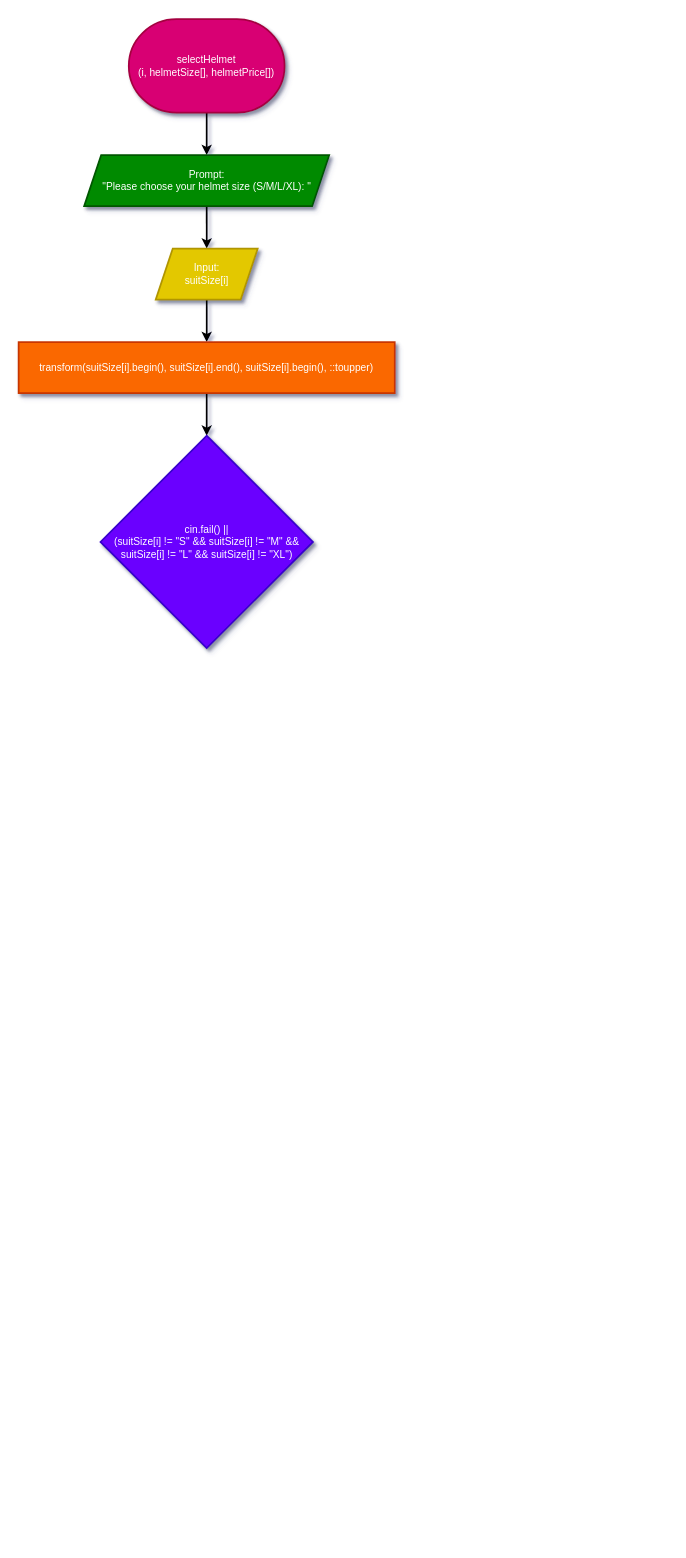
Before: Flowcharts (draw.io)/selectHelmet.drawio in shahxvi/csc126-group-project, a draw.io diagram. Source tidied: cells renumbered, new cells numbered last; positions are measured from the earlier drawing's top-left corner, leaving out a move shared by most shapes. Both pictures are drawn from the tidied source at 85%, with x=0, y=0 at pixel (18, 19).
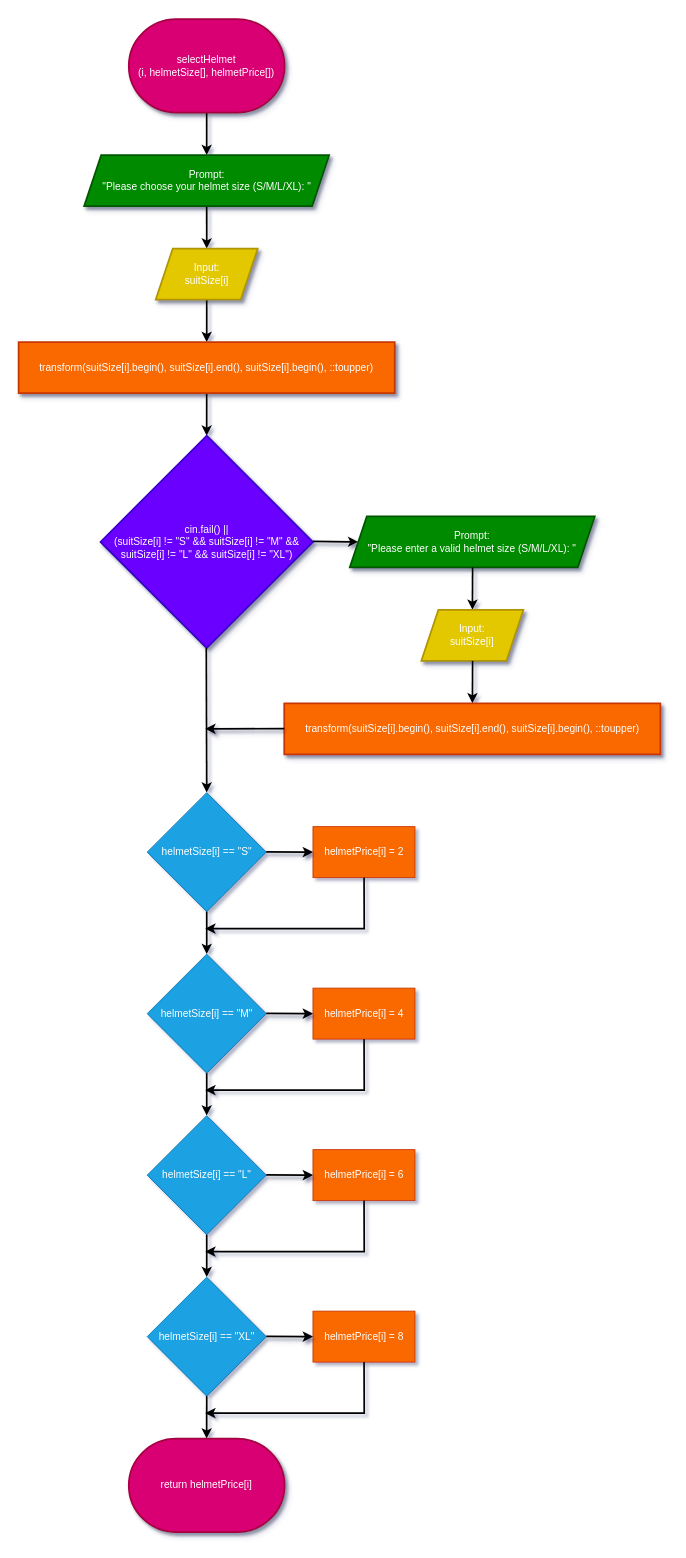
The same diagram, later.

Change to the diagram source:
```diff
@@
+    <mxCell id="11" style="edgeStyle=none;html=1;strokeWidth=2;shadow=1;entryX=0;entryY=0.5;entryDx=0;entryDy=0;" parent="1" edge="1" target="12">
+      <mxGeometry relative="1" as="geometry">
+        <mxPoint x="346.7" y="614.5" as="sourcePoint" />
+      </mxGeometry>
+    </mxCell>
+    <mxCell id="12" value="&lt;span style=&quot;color: rgb(255, 255, 255);&quot;&gt;Prompt:&lt;/span&gt;&lt;br&gt;&lt;span style=&quot;color: rgb(255, 255, 255);&quot;&gt;&quot;Please enter a valid helmet size (S/M/L/XL): &quot;&lt;/span&gt;" style="shape=parallelogram;perimeter=parallelogramPerimeter;whiteSpace=wrap;html=1;fixedSize=1;fillColor=#008a00;strokeColor=#005700;fontColor=#ffffff;strokeWidth=2;shadow=1;" parent="1" vertex="1">
+      <mxGeometry x="390" y="585" width="288.3" height="60" as="geometry" />
+    </mxCell>
+    <mxCell id="13" style="edgeStyle=none;html=1;strokeWidth=2;" parent="1" edge="1" target="14">
+      <mxGeometry relative="1" as="geometry">
+        <mxPoint x="534.5" y="645" as="sourcePoint" />
+      </mxGeometry>
+    </mxCell>
+    <mxCell id="14" value="Input:&lt;br&gt;suitSize[i]" style="shape=parallelogram;perimeter=parallelogramPerimeter;whiteSpace=wrap;html=1;fixedSize=1;fillColor=#e3c800;strokeColor=#B09500;fontColor=#FFFFFF;strokeWidth=2;shadow=1;labelBackgroundColor=none;labelBorderColor=none;textShadow=0;" parent="1" vertex="1">
+      <mxGeometry x="474.2" y="695" width="120" height="60" as="geometry" />
+    </mxCell>
+    <mxCell id="15" style="edgeStyle=none;html=1;strokeWidth=2;" parent="1" edge="1" target="16">
+      <mxGeometry relative="1" as="geometry">
+        <mxPoint x="534.5" y="755" as="sourcePoint" />
+      </mxGeometry>
+    </mxCell>
+    <mxCell id="16" value="&lt;div style=&quot;text-align: start;&quot;&gt;&lt;font style=&quot;color: rgb(255, 255, 255);&quot;&gt;&lt;font style=&quot;&quot; face=&quot;monospace&quot;&gt;&lt;span style=&quot;font-size: 0px; white-space-collapse: collapse;&quot;&gt;&lt;span style=&quot;white-space: pre;&quot;&gt;&#9;&lt;/span&gt;std::transform(suitSize[i].begin(), suitSize[i].end(), suitSize[i].begin(), ::toupper)&lt;/span&gt;&lt;/font&gt;transform(suitSize[i].begin(), suitSize[i].end(), suitSize[i].begin(), ::toupper)&lt;/font&gt;&lt;/div&gt;" style="whiteSpace=wrap;html=1;fillColor=#fa6800;strokeColor=#C73500;fontColor=#000000;strokeWidth=2;shadow=1;labelBackgroundColor=none;labelBorderColor=none;" parent="1" vertex="1">
+      <mxGeometry x="312.9" y="805" width="442.5" height="60" as="geometry" />
+    </mxCell>
+    <mxCell id="17" style="edgeStyle=none;html=1;strokeWidth=2;entryX=0.5;entryY=0;entryDx=0;entryDy=0;" parent="1" edge="1" target="18">
+      <mxGeometry relative="1" as="geometry">
+        <mxPoint x="221.2" y="740" as="sourcePoint" />
+      </mxGeometry>
+    </mxCell>
+    <mxCell id="18" value="helmetSize[i] == &quot;S&quot;" style="rhombus;whiteSpace=wrap;html=1;fillColor=#1ba1e2;fontColor=#ffffff;strokeColor=#006EAF;" parent="1" vertex="1">
+      <mxGeometry x="151.7" y="910" width="140" height="140" as="geometry" />
+    </mxCell>
+    <mxCell id="19" style="edgeStyle=none;html=1;strokeWidth=2;shadow=1;" parent="1" edge="1">
+      <mxGeometry relative="1" as="geometry">
+        <mxPoint x="312.9" y="834.7" as="sourcePoint" />
+        <mxPoint x="220" y="835" as="targetPoint" />
+      </mxGeometry>
+    </mxCell>
+    <mxCell id="20" value="helmetPrice[i] = 2" style="whiteSpace=wrap;html=1;fillColor=#fa6800;strokeColor=#C73500;fontColor=#FFFFFF;" parent="1" vertex="1">
+      <mxGeometry x="346.7" y="950" width="120" height="60" as="geometry" />
+    </mxCell>
+    <mxCell id="21" style="edgeStyle=none;html=1;strokeWidth=2;shadow=1;entryX=0;entryY=0.5;entryDx=0;entryDy=0;" parent="1" edge="1" target="20">
+      <mxGeometry relative="1" as="geometry">
+        <mxPoint x="291.7" y="979.8" as="sourcePoint" />
+      </mxGeometry>
+    </mxCell>
+    <mxCell id="22" style="edgeStyle=none;html=1;strokeWidth=2;exitX=0.5;exitY=1;exitDx=0;exitDy=0;entryX=0.5;entryY=0;entryDx=0;entryDy=0;" parent="1" edge="1" source="18" target="24">
+      <mxGeometry relative="1" as="geometry" />
+    </mxCell>
+    <mxCell id="23" style="edgeStyle=none;html=1;strokeWidth=2;exitX=0.5;exitY=1;exitDx=0;exitDy=0;rounded=0;curved=0;" parent="1" edge="1">
+      <mxGeometry relative="1" as="geometry">
+        <mxPoint x="406.8" y="1010" as="sourcePoint" />
+        <mxPoint x="220" y="1070" as="targetPoint" />
+        <Array as="points">
+          <mxPoint x="407" y="1070" />
+        </Array>
+      </mxGeometry>
+    </mxCell>
+    <mxCell id="24" value="helmetSize[i] == &quot;M&quot;" style="rhombus;whiteSpace=wrap;html=1;fillColor=#1ba1e2;fontColor=#ffffff;strokeColor=#006EAF;" parent="1" vertex="1">
+      <mxGeometry x="151.7" y="1100" width="140" height="140" as="geometry" />
+    </mxCell>
+    <mxCell id="25" value="helmetPrice[i] = 4" style="whiteSpace=wrap;html=1;fillColor=#fa6800;strokeColor=#C73500;fontColor=#FFFFFF;" parent="1" vertex="1">
+      <mxGeometry x="346.7" y="1140" width="120" height="60" as="geometry" />
+    </mxCell>
+    <mxCell id="26" style="edgeStyle=none;html=1;strokeWidth=2;shadow=1;entryX=0;entryY=0.5;entryDx=0;entryDy=0;" parent="1" edge="1" target="25">
+      <mxGeometry relative="1" as="geometry">
+        <mxPoint x="291.7" y="1169.8" as="sourcePoint" />
+      </mxGeometry>
+    </mxCell>
+    <mxCell id="27" style="edgeStyle=none;html=1;strokeWidth=2;exitX=0.5;exitY=1;exitDx=0;exitDy=0;entryX=0.5;entryY=0;entryDx=0;entryDy=0;" parent="1" edge="1" source="24" target="29">
+      <mxGeometry relative="1" as="geometry" />
+    </mxCell>
+    <mxCell id="28" style="edgeStyle=none;html=1;strokeWidth=2;exitX=0.5;exitY=1;exitDx=0;exitDy=0;rounded=0;curved=0;" parent="1" edge="1">
+      <mxGeometry relative="1" as="geometry">
+        <mxPoint x="406.8" y="1200" as="sourcePoint" />
+        <mxPoint x="220" y="1260" as="targetPoint" />
+        <Array as="points">
+          <mxPoint x="407" y="1260" />
+        </Array>
+      </mxGeometry>
+    </mxCell>
+    <mxCell id="29" value="helmetSize[i] == &quot;L&quot;" style="rhombus;whiteSpace=wrap;html=1;fillColor=#1ba1e2;fontColor=#ffffff;strokeColor=#006EAF;" parent="1" vertex="1">
+      <mxGeometry x="151.7" y="1290" width="140" height="140" as="geometry" />
+    </mxCell>
+    <mxCell id="30" value="helmetPrice[i] = 6" style="whiteSpace=wrap;html=1;fillColor=#fa6800;strokeColor=#C73500;fontColor=#FFFFFF;" parent="1" vertex="1">
+      <mxGeometry x="346.7" y="1330" width="120" height="60" as="geometry" />
+    </mxCell>
+    <mxCell id="31" style="edgeStyle=none;html=1;strokeWidth=2;shadow=1;entryX=0;entryY=0.5;entryDx=0;entryDy=0;" parent="1" edge="1" target="30">
+      <mxGeometry relative="1" as="geometry">
+        <mxPoint x="291.7" y="1359.8" as="sourcePoint" />
+      </mxGeometry>
+    </mxCell>
+    <mxCell id="32" style="edgeStyle=none;html=1;strokeWidth=2;exitX=0.5;exitY=1;exitDx=0;exitDy=0;entryX=0.5;entryY=0;entryDx=0;entryDy=0;" parent="1" edge="1" source="29" target="34">
+      <mxGeometry relative="1" as="geometry" />
+    </mxCell>
+    <mxCell id="33" style="edgeStyle=none;html=1;strokeWidth=2;exitX=0.5;exitY=1;exitDx=0;exitDy=0;rounded=0;curved=0;" parent="1" edge="1">
+      <mxGeometry relative="1" as="geometry">
+        <mxPoint x="406.8" y="1390" as="sourcePoint" />
+        <mxPoint x="220" y="1450" as="targetPoint" />
+        <Array as="points">
+          <mxPoint x="407" y="1450" />
+        </Array>
+      </mxGeometry>
+    </mxCell>
+    <mxCell id="34" value="helmetSize[i] == &quot;XL&quot;" style="rhombus;whiteSpace=wrap;html=1;fillColor=#1ba1e2;fontColor=#ffffff;strokeColor=#006EAF;" parent="1" vertex="1">
+      <mxGeometry x="151.7" y="1480" width="140" height="140" as="geometry" />
+    </mxCell>
+    <mxCell id="35" value="helmetPrice[i] = 8" style="whiteSpace=wrap;html=1;fillColor=#fa6800;strokeColor=#C73500;fontColor=#FFFFFF;" parent="1" vertex="1">
+      <mxGeometry x="346.7" y="1520" width="120" height="60" as="geometry" />
+    </mxCell>
+    <mxCell id="36" style="edgeStyle=none;html=1;strokeWidth=2;shadow=1;entryX=0;entryY=0.5;entryDx=0;entryDy=0;" parent="1" edge="1" target="35">
+      <mxGeometry relative="1" as="geometry">
+        <mxPoint x="291.7" y="1549.8" as="sourcePoint" />
+      </mxGeometry>
+    </mxCell>
+    <mxCell id="37" style="edgeStyle=none;html=1;strokeWidth=2;exitX=0.5;exitY=1;exitDx=0;exitDy=0;" parent="1" edge="1" source="34">
+      <mxGeometry relative="1" as="geometry">
+        <mxPoint x="221.6" y="1670" as="targetPoint" />
+      </mxGeometry>
+    </mxCell>
+    <mxCell id="38" style="edgeStyle=none;html=1;strokeWidth=2;exitX=0.5;exitY=1;exitDx=0;exitDy=0;rounded=0;curved=0;" parent="1" edge="1">
+      <mxGeometry relative="1" as="geometry">
+        <mxPoint x="406.8" y="1580" as="sourcePoint" />
+        <mxPoint x="220" y="1640" as="targetPoint" />
+        <Array as="points">
+          <mxPoint x="407" y="1640" />
+        </Array>
+      </mxGeometry>
+    </mxCell>
+    <mxCell id="39" value="return helmetPrice[i]" style="strokeWidth=2;html=1;shape=mxgraph.flowchart.terminator;whiteSpace=wrap;fillColor=#d80073;strokeColor=#A50040;shadow=1;fontColor=#ffffff;" parent="1" vertex="1">
+      <mxGeometry x="130" y="1670" width="183.3" height="110" as="geometry" />
+    </mxCell>
```
